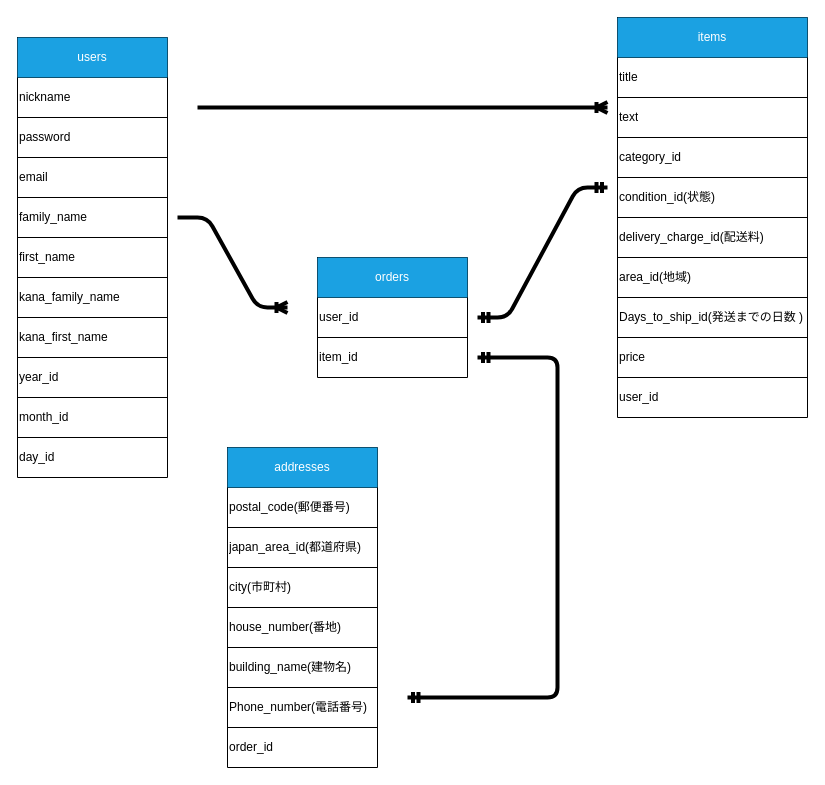
This is test.dio from naki7621/furima-41351, a draw.io file, before an edit. Source tidied: cells renumbered, new cells numbered last; positions are measured from the earlier drawing's top-left corner, leaving out a move shared by most shapes. Both pictures are drawn from the tidied source at 100%, with x=0, y=0 at pixel (17, 17).
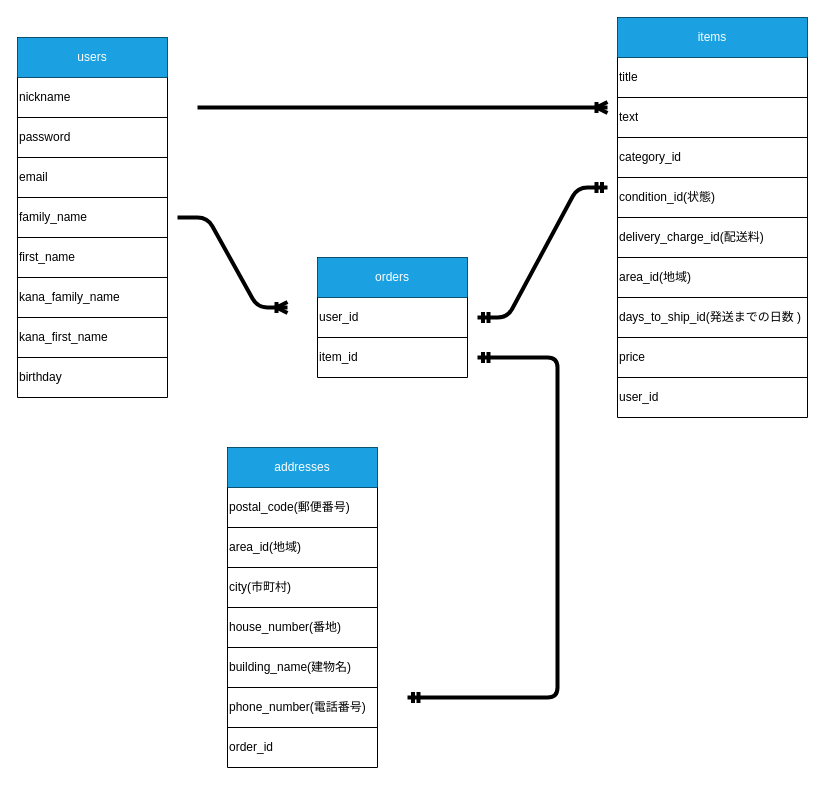
Above is the later version.

The change refers to these unchanged cells:
```xml
<mxCell id="19" style="shape=tableRow;horizontal=0;startSize=0;swimlaneHead=0;swimlaneBody=0;top=0;left=0;bottom=0;right=0;fillColor=none;" parent="2" vertex="1">
  <mxGeometry y="320" width="150" height="40" as="geometry" />
</mxCell>
<mxCell id="40" style="shape=tableRow;horizontal=0;startSize=0;swimlaneHead=0;swimlaneBody=0;top=0;left=0;bottom=0;right=0;fillColor=none;" parent="25" vertex="1">
  <mxGeometry y="280" width="190" height="40" as="geometry" />
</mxCell>
<mxCell id="51" style="shape=tableRow;horizontal=0;startSize=0;swimlaneHead=0;swimlaneBody=0;top=0;left=0;bottom=0;right=0;fillColor=none;" parent="46" vertex="1">
  <mxGeometry y="80" width="150" height="40" as="geometry" />
</mxCell>
<mxCell id="59" style="shape=tableRow;horizontal=0;startSize=0;swimlaneHead=0;swimlaneBody=0;top=0;left=0;bottom=0;right=0;fillColor=none;" parent="46" vertex="1">
  <mxGeometry y="240" width="150" height="40" as="geometry" />
</mxCell>
```

The edit, as a diff of the source:
```diff
@@
     <mxCell id="2" style="shape=table;startSize=0;childLayout=tableLayout;" parent="1" vertex="1">
-      <mxGeometry y="20" width="150" height="440" as="geometry" />
+      <mxGeometry y="20" width="150" height="360" as="geometry" />
     </mxCell>
@@
-    <mxCell id="20" value="year_id" style="shape=partialRectangle;html=1;whiteSpace=wrap;overflow=hidden;fillColor=none;top=0;left=0;bottom=0;right=0;align=left;" parent="19" vertex="1">
+    <mxCell id="20" value="birthday" style="shape=partialRectangle;html=1;whiteSpace=wrap;overflow=hidden;fillColor=none;top=0;left=0;bottom=0;right=0;align=left;" parent="19" vertex="1">
       <mxGeometry width="150" height="40" as="geometry" />
     </mxCell>
-    <mxCell id="21" style="shape=tableRow;horizontal=0;startSize=0;swimlaneHead=0;swimlaneBody=0;top=0;left=0;bottom=0;right=0;fillColor=none;" parent="2" vertex="1">
-      <mxGeometry y="360" width="150" height="40" as="geometry" />
-    </mxCell>
-    <mxCell id="22" value="month_id" style="shape=partialRectangle;html=1;whiteSpace=wrap;overflow=hidden;fillColor=none;top=0;left=0;bottom=0;right=0;align=left;" parent="21" vertex="1">
-      <mxGeometry width="150" height="40" as="geometry" />
-    </mxCell>
-    <mxCell id="23" style="shape=tableRow;horizontal=0;startSize=0;swimlaneHead=0;swimlaneBody=0;top=0;left=0;bottom=0;right=0;fillColor=none;" parent="2" vertex="1">
-      <mxGeometry y="400" width="150" height="40" as="geometry" />
-    </mxCell>
-    <mxCell id="24" value="day_id" style="shape=partialRectangle;html=1;whiteSpace=wrap;overflow=hidden;fillColor=none;top=0;left=0;bottom=0;right=0;align=left;" parent="23" vertex="1">
-      <mxGeometry width="150" height="40" as="geometry" />
-    </mxCell>
@@
-    <mxCell id="41" value="Days_to_ship_id(発送までの日数 )" style="shape=partialRectangle;html=1;whiteSpace=wrap;overflow=hidden;fillColor=none;top=0;left=0;bottom=0;right=0;align=left;" parent="40" vertex="1">
+    <mxCell id="41" value="days_to_ship_id(発送までの日数 )" style="shape=partialRectangle;html=1;whiteSpace=wrap;overflow=hidden;fillColor=none;top=0;left=0;bottom=0;right=0;align=left;" parent="40" vertex="1">
       <mxGeometry width="190" height="40" as="geometry" />
     </mxCell>
@@
-    <mxCell id="52" value="japan_area_id(都道府県)" style="shape=partialRectangle;html=1;whiteSpace=wrap;overflow=hidden;fillColor=none;top=0;left=0;bottom=0;right=0;align=left;" parent="51" vertex="1">
+    <mxCell id="52" value="area_id(地域)" style="shape=partialRectangle;html=1;whiteSpace=wrap;overflow=hidden;fillColor=none;top=0;left=0;bottom=0;right=0;align=left;" parent="51" vertex="1">
       <mxGeometry width="150" height="40" as="geometry" />
     </mxCell>
@@
-    <mxCell id="60" value="Phone_number(電話番号)" style="shape=partialRectangle;html=1;whiteSpace=wrap;overflow=hidden;fillColor=none;top=0;left=0;bottom=0;right=0;align=left;" parent="59" vertex="1">
+    <mxCell id="60" value="phone_number(電話番号)" style="shape=partialRectangle;html=1;whiteSpace=wrap;overflow=hidden;fillColor=none;top=0;left=0;bottom=0;right=0;align=left;" parent="59" vertex="1">
       <mxGeometry width="150" height="40" as="geometry" />
     </mxCell>
```
